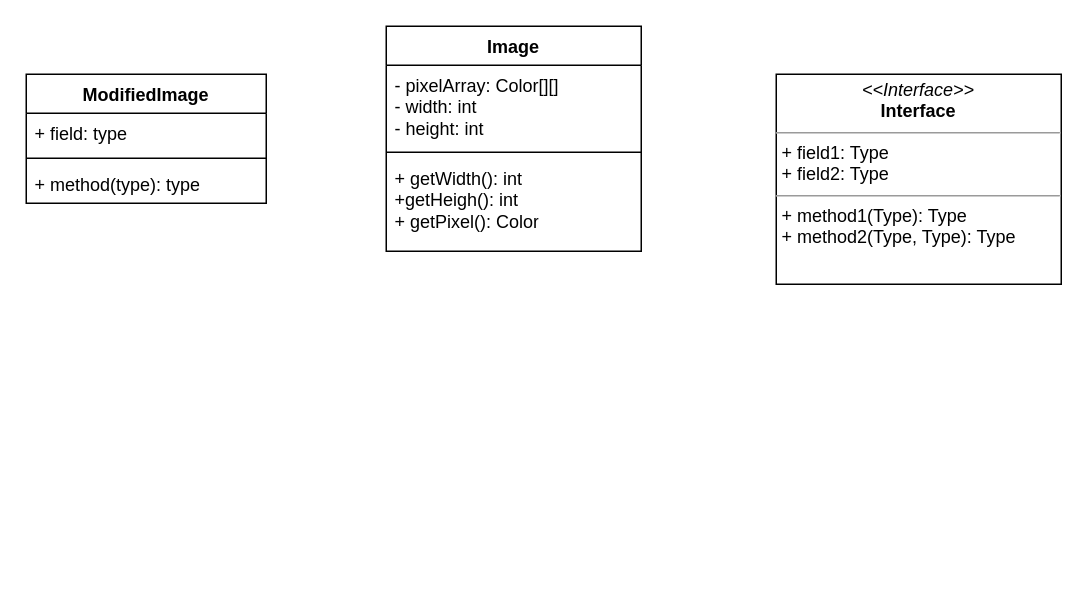
This is uml_diagram.drawio from a-eldar/ASCIIArt, a draw.io file, before an edit. Source tidied: cells renumbered, new cells numbered last; positions are measured from the earlier drawing's top-left corner, leaving out a move shared by most shapes. Both pictures are drawn from the tidied source at 150%, with x=0, y=0 at pixel (26, 26).
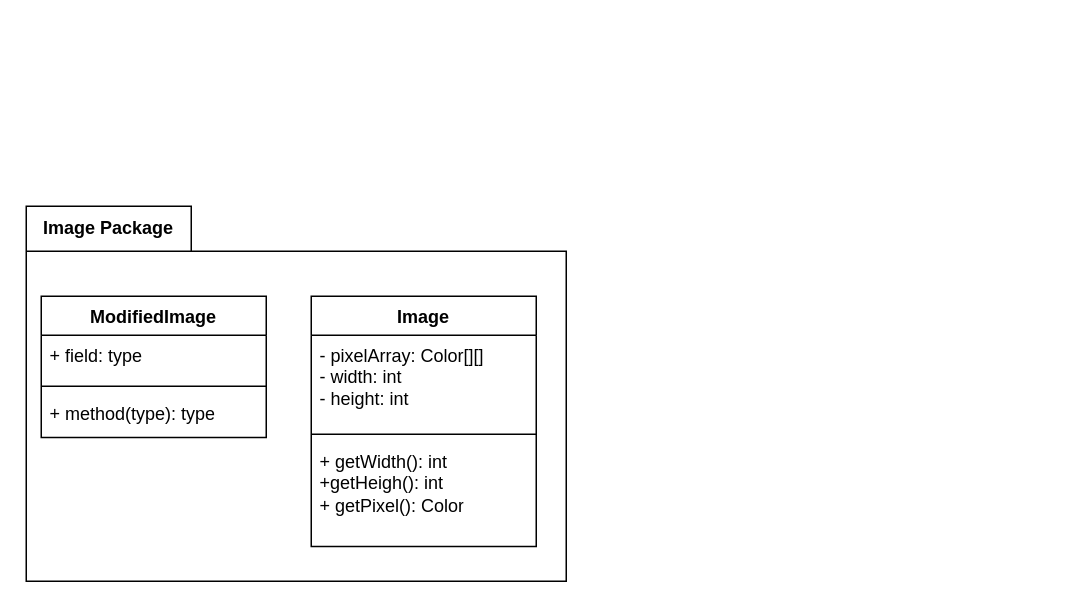
After the change.

Diff of the diagram source:
```diff
@@
 <mxGraphModel>
   <root>
     <mxCell id="0" />
     <mxCell id="1" parent="0" />
+    <mxCell id="11" value="Image Package" style="shape=folder;fontStyle=1;tabWidth=110;tabHeight=30;tabPosition=left;html=1;boundedLbl=1;labelInHeader=1;whiteSpace=wrap;" parent="1" vertex="1">
+      <mxGeometry y="120" width="360" height="250" as="geometry" />
+    </mxCell>
+    <mxCell id="12" style="html=1;strokeColor=none;fillColor=none;whiteSpace=wrap;" parent="11" vertex="1">
+      <mxGeometry width="348.75" height="175" relative="1" as="geometry">
+        <mxPoint y="30" as="offset" />
+      </mxGeometry>
+    </mxCell>
+    <mxCell id="6" value="ModifiedImage" style="swimlane;fontStyle=1;align=center;verticalAlign=top;horizontal=1;startSize=26;whiteSpace=wrap;html=1;" parent="11" vertex="1">
+      <mxGeometry x="10" y="60" width="150" height="94.2" as="geometry" />
+    </mxCell>
+    <mxCell id="7" value="+ field: type" style="text;strokeColor=none;fillColor=none;align=left;verticalAlign=top;spacingLeft=4;spacingRight=4;overflow=hidden;whiteSpace=wrap;html=1;" parent="6" vertex="1">
+      <mxGeometry y="26" width="150" height="29.5" as="geometry" />
+    </mxCell>
+    <mxCell id="8" style="line;strokeWidth=1;fillColor=none;align=left;verticalAlign=middle;spacingTop=-1;spacingLeft=3;spacingRight=3;labelPosition=right;strokeColor=inherit;" parent="6" vertex="1">
+      <mxGeometry y="55.5" width="150" height="9.1" as="geometry" />
+    </mxCell>
+    <mxCell id="9" value="+ method(type): type" style="text;strokeColor=none;fillColor=none;align=left;verticalAlign=top;spacingLeft=4;spacingRight=4;overflow=hidden;whiteSpace=wrap;html=1;" parent="6" vertex="1">
+      <mxGeometry y="64.6" width="150" height="29.5" as="geometry" />
+    </mxCell>
-    <mxCell id="2" value="Image" style="swimlane;fontStyle=1;align=center;verticalAlign=top;horizontal=1;startSize=26;whiteSpace=wrap;html=1;" parent="1" vertex="1">
-      <mxGeometry x="240" width="170" height="150" as="geometry" />
+    <mxCell id="2" value="Image" style="swimlane;fontStyle=1;align=center;verticalAlign=top;horizontal=1;startSize=26;whiteSpace=wrap;html=1;" parent="11" vertex="1">
+      <mxGeometry x="190" y="60" width="150" height="166.9" as="geometry" />
     </mxCell>
     <mxCell id="3" value="- pixelArray: Color[][]&lt;br&gt;- width: int&lt;br&gt;- height: int" style="text;strokeColor=none;fillColor=none;align=left;verticalAlign=top;spacingLeft=4;spacingRight=4;overflow=hidden;whiteSpace=wrap;html=1;" parent="2" vertex="1">
-      <mxGeometry y="26" width="170" height="54" as="geometry" />
+      <mxGeometry y="26" width="150" height="61.4" as="geometry" />
     </mxCell>
     <mxCell id="4" style="line;strokeWidth=1;fillColor=none;align=left;verticalAlign=middle;spacingTop=-1;spacingLeft=3;spacingRight=3;labelPosition=right;strokeColor=inherit;" parent="2" vertex="1">
-      <mxGeometry y="80" width="170" height="8" as="geometry" />
+      <mxGeometry y="87.4" width="150" height="9.1" as="geometry" />
     </mxCell>
     <mxCell id="5" value="+ getWidth(): int&lt;br&gt;+getHeigh(): int&lt;br&gt;+ getPixel(): Color" style="text;strokeColor=none;fillColor=none;align=left;verticalAlign=top;spacingLeft=4;spacingRight=4;overflow=hidden;whiteSpace=wrap;html=1;" parent="2" vertex="1">
-      <mxGeometry y="88" width="170" height="62" as="geometry" />
+      <mxGeometry y="96.5" width="150" height="70.5" as="geometry" />
     </mxCell>
-    <mxCell id="6" value="ModifiedImage" style="swimlane;fontStyle=1;align=center;verticalAlign=top;horizontal=1;startSize=26;whiteSpace=wrap;html=1;" parent="1" vertex="1">
-      <mxGeometry y="32" width="160" height="86" as="geometry" />
-    </mxCell>
-    <mxCell id="7" value="+ field: type" style="text;strokeColor=none;fillColor=none;align=left;verticalAlign=top;spacingLeft=4;spacingRight=4;overflow=hidden;whiteSpace=wrap;html=1;" parent="6" vertex="1">
-      <mxGeometry y="26" width="160" height="26" as="geometry" />
-    </mxCell>
-    <mxCell id="8" style="line;strokeWidth=1;fillColor=none;align=left;verticalAlign=middle;spacingTop=-1;spacingLeft=3;spacingRight=3;labelPosition=right;strokeColor=inherit;" parent="6" vertex="1">
-      <mxGeometry y="52" width="160" height="8" as="geometry" />
-    </mxCell>
-    <mxCell id="9" value="+ method(type): type" style="text;strokeColor=none;fillColor=none;align=left;verticalAlign=top;spacingLeft=4;spacingRight=4;overflow=hidden;whiteSpace=wrap;html=1;" parent="6" vertex="1">
-      <mxGeometry y="60" width="160" height="26" as="geometry" />
-    </mxCell>
-    <mxCell id="10" value="&lt;p style=&quot;margin:0px;margin-top:4px;text-align:center;&quot;&gt;&lt;i&gt;&amp;lt;&amp;lt;Interface&amp;gt;&amp;gt;&lt;/i&gt;&lt;br/&gt;&lt;b&gt;Interface&lt;/b&gt;&lt;/p&gt;&lt;hr size=&quot;1&quot;/&gt;&lt;p style=&quot;margin:0px;margin-left:4px;&quot;&gt;+ field1: Type&lt;br/&gt;+ field2: Type&lt;/p&gt;&lt;hr size=&quot;1&quot;/&gt;&lt;p style=&quot;margin:0px;margin-left:4px;&quot;&gt;+ method1(Type): Type&lt;br/&gt;+ method2(Type, Type): Type&lt;/p&gt;" style="verticalAlign=top;align=left;overflow=fill;html=1;whiteSpace=wrap;" parent="1" vertex="1">
-      <mxGeometry x="500" y="32" width="190" height="140" as="geometry" />
-    </mxCell>
   </root>
 </mxGraphModel>
```
